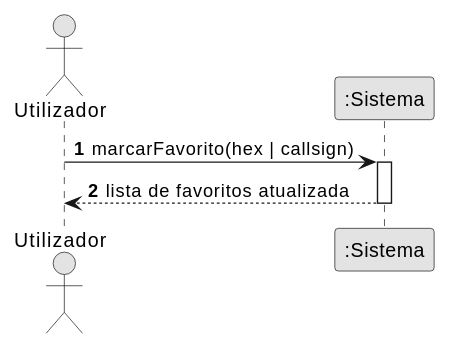
Before: docs/system-documentation/use-cases/US19/svg/ssd_us19.svg, a diagram exported from PlantUML (miguelsiilva1/SkyTracer). The source it was exported from:
```plantuml
@startuml
autonumber
skinparam monochrome true
actor "Utilizador" as U
participant ":Sistema" as S

U -> S : marcarFavorito(hex | callsign)
activate S
S --> U : lista de favoritos atualizada
deactivate S
@enduml
```
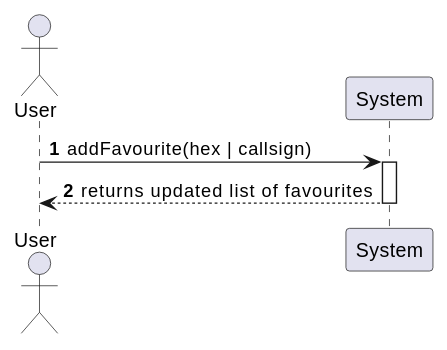
Above is the later version.

What changed in the source:
```diff
@@ -1,11 +1,10 @@
 @startuml
 autonumber
-skinparam monochrome true
-actor "Utilizador" as U
-participant ":Sistema" as S
+actor "User" as A
+participant "System" as S
 
-U -> S : marcarFavorito(hex | callsign)
+A -> S : addFavourite(hex | callsign)
 activate S
-S --> U : lista de favoritos atualizada
+S --> A : returns updated list of favourites
 deactivate S
 @enduml
```
